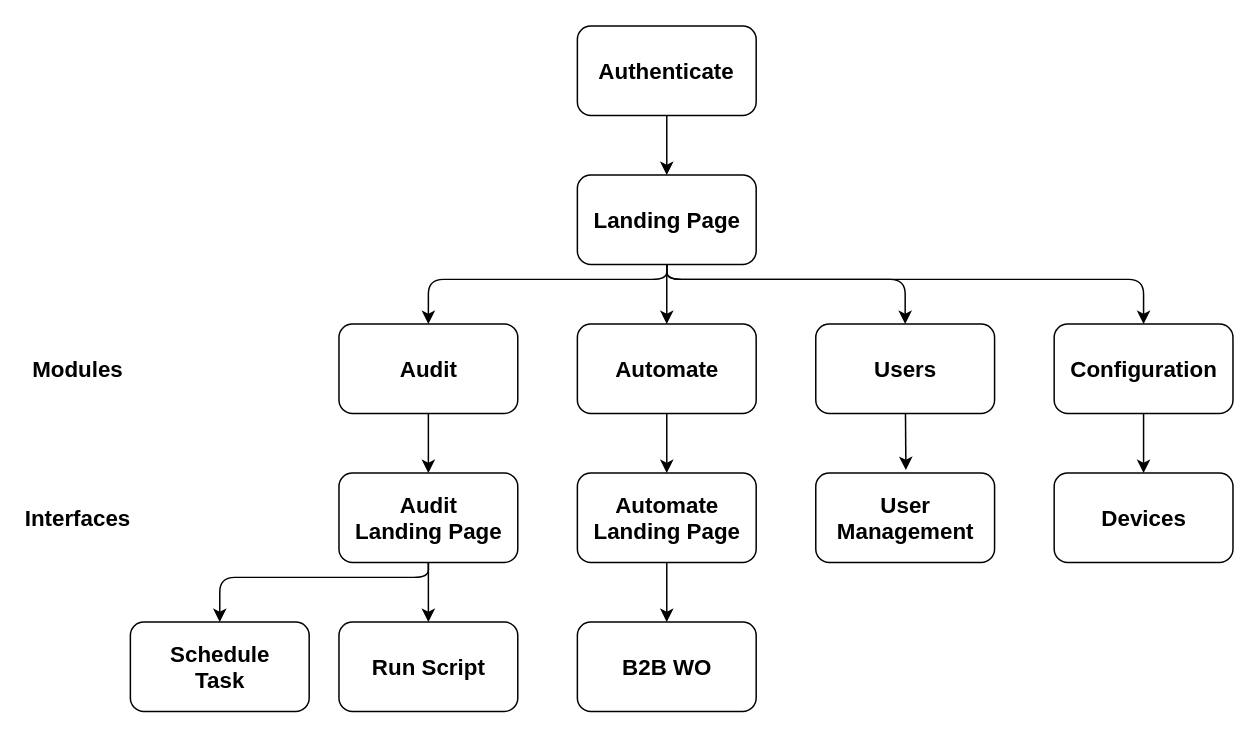
This is diagram_interface.drawio from DrXneaky/Diagram, a draw.io file, before an edit. Source tidied: cells renumbered, new cells numbered last; positions are measured from the earlier drawing's top-left corner, leaving out a move shared by most shapes. Both pictures are drawn from the tidied source at 149%, with x=0, y=0 at pixel (25, 25).
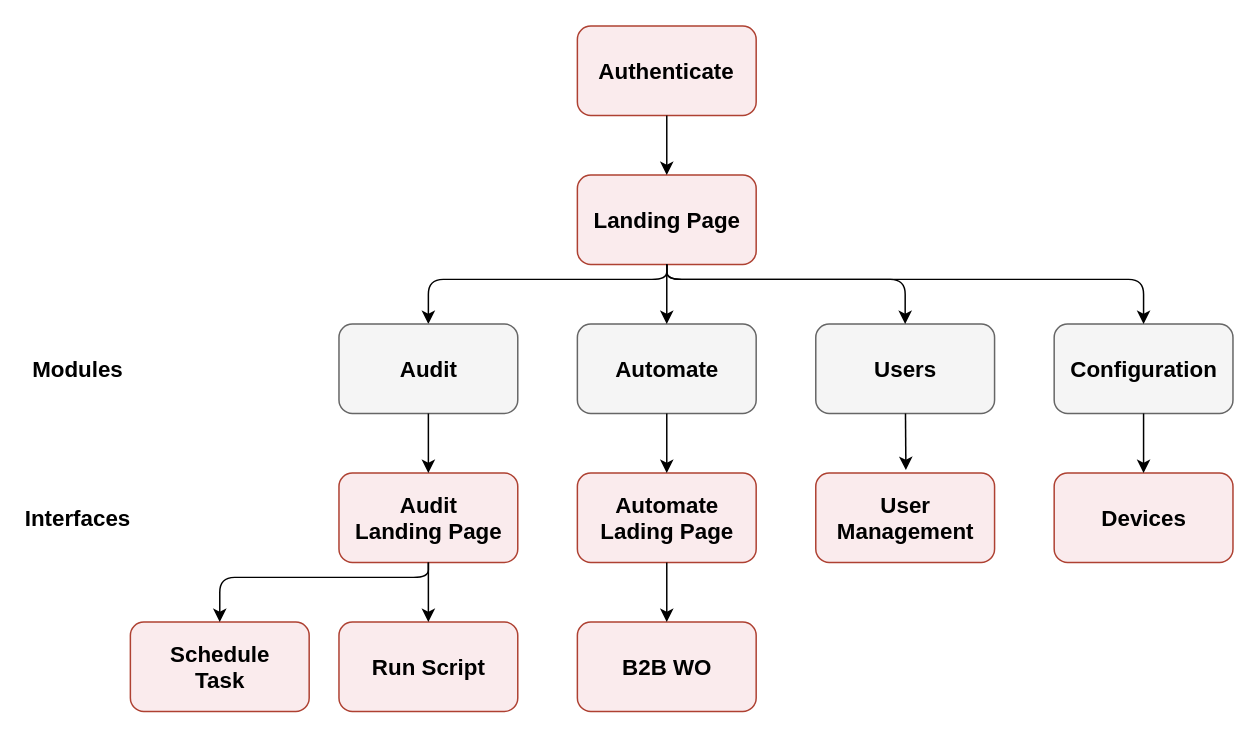
The same page after the edit.

The edit, as a diff of the source:
```diff
@@
-    <mxCell id="2" style="rounded=1;whiteSpace=wrap;html=1;" parent="1" vertex="1">
+    <mxCell id="2" style="rounded=1;whiteSpace=wrap;html=1;strokeColor=#ae4132;fillColor=#FAEBED;" parent="1" vertex="1">
       <mxGeometry x="370" width="120" height="60" as="geometry" />
     </mxCell>
-    <mxCell id="3" style="rounded=1;whiteSpace=wrap;html=1;" parent="1" vertex="1">
+    <mxCell id="3" style="rounded=1;whiteSpace=wrap;html=1;strokeColor=#ae4132;fillColor=#FAEBED;" parent="1" vertex="1">
       <mxGeometry x="370" y="100" width="120" height="60" as="geometry" />
     </mxCell>
-    <mxCell id="4" style="rounded=1;whiteSpace=wrap;html=1;" parent="1" vertex="1">
+    <mxCell id="4" style="rounded=1;whiteSpace=wrap;html=1;strokeColor=#ae4132;fillColor=#FAEBED;" parent="1" vertex="1">
       <mxGeometry x="210" y="300" width="120" height="60" as="geometry" />
     </mxCell>
-    <mxCell id="5" style="rounded=1;whiteSpace=wrap;html=1;" parent="1" vertex="1">
+    <mxCell id="5" style="rounded=1;whiteSpace=wrap;html=1;fillColor=#f5f5f5;strokeColor=#666666;fontColor=#333333;" parent="1" vertex="1">
       <mxGeometry x="370" y="200" width="120" height="60" as="geometry" />
     </mxCell>
-    <mxCell id="6" style="rounded=1;whiteSpace=wrap;html=1;" parent="1" vertex="1">
+    <mxCell id="6" style="rounded=1;whiteSpace=wrap;html=1;fillColor=#f5f5f5;strokeColor=#666666;fontColor=#333333;" parent="1" vertex="1">
       <mxGeometry x="530" y="200" width="120" height="60" as="geometry" />
     </mxCell>
-    <mxCell id="7" style="rounded=1;whiteSpace=wrap;html=1;" parent="1" vertex="1">
+    <mxCell id="7" style="rounded=1;whiteSpace=wrap;html=1;fillColor=#f5f5f5;strokeColor=#666666;fontColor=#333333;" parent="1" vertex="1">
       <mxGeometry x="690" y="200" width="120" height="60" as="geometry" />
     </mxCell>
-    <mxCell id="8" style="rounded=1;whiteSpace=wrap;html=1;" parent="1" vertex="1">
+    <mxCell id="8" style="rounded=1;whiteSpace=wrap;html=1;strokeColor=#ae4132;fillColor=#FAEBED;" parent="1" vertex="1">
       <mxGeometry x="210" y="400" width="120" height="60" as="geometry" />
     </mxCell>
-    <mxCell id="9" style="rounded=1;whiteSpace=wrap;html=1;" parent="1" vertex="1">
+    <mxCell id="9" style="rounded=1;whiteSpace=wrap;html=1;strokeColor=#ae4132;fillColor=#FAEBED;" parent="1" vertex="1">
       <mxGeometry x="370" y="300" width="120" height="60" as="geometry" />
     </mxCell>
-    <mxCell id="10" style="rounded=1;whiteSpace=wrap;html=1;" parent="1" vertex="1">
+    <mxCell id="10" style="rounded=1;whiteSpace=wrap;html=1;strokeColor=#ae4132;fillColor=#FAEBED;" parent="1" vertex="1">
       <mxGeometry x="530" y="300" width="120" height="60" as="geometry" />
     </mxCell>
-    <mxCell id="11" style="rounded=1;whiteSpace=wrap;html=1;" parent="1" vertex="1">
+    <mxCell id="11" style="rounded=1;whiteSpace=wrap;html=1;strokeColor=#ae4132;fillColor=#FAEBED;" parent="1" vertex="1">
       <mxGeometry x="690" y="300" width="120" height="60" as="geometry" />
     </mxCell>
-    <mxCell id="12" style="rounded=1;whiteSpace=wrap;html=1;" parent="1" vertex="1">
+    <mxCell id="12" style="rounded=1;whiteSpace=wrap;html=1;strokeColor=#ae4132;fillColor=#FAEBED;" parent="1" vertex="1">
       <mxGeometry x="70" y="400" width="120" height="60" as="geometry" />
     </mxCell>
@@
-    <mxCell id="32" value="&lt;font face=&quot;Old Standard TT&quot; style=&quot;font-size: 15px&quot;&gt;Automate Landing Page&lt;/font&gt;" style="text;html=1;strokeColor=none;fillColor=none;align=center;verticalAlign=middle;whiteSpace=wrap;rounded=0;fontStyle=1;" parent="1" vertex="1">
+    <mxCell id="32" value="&lt;font face=&quot;Old Standard TT&quot; style=&quot;font-size: 15px&quot;&gt;Automate Lading Page&lt;/font&gt;" style="text;html=1;strokeColor=none;fillColor=none;align=center;verticalAlign=middle;whiteSpace=wrap;rounded=0;fontStyle=1;" parent="1" vertex="1">
       <mxGeometry x="377.5" y="315" width="105" height="30" as="geometry" />
     </mxCell>
@@
-    <mxCell id="35" style="rounded=1;whiteSpace=wrap;html=1;" parent="1" vertex="1">
+    <mxCell id="35" style="rounded=1;whiteSpace=wrap;html=1;fillColor=#f5f5f5;strokeColor=#666666;fontColor=#333333;" parent="1" vertex="1">
       <mxGeometry x="210" y="200" width="120" height="60" as="geometry" />
     </mxCell>
@@
-    <mxCell id="37" style="rounded=1;whiteSpace=wrap;html=1;" parent="1" vertex="1">
+    <mxCell id="37" style="rounded=1;whiteSpace=wrap;html=1;strokeColor=#ae4132;fillColor=#FAEBED;" parent="1" vertex="1">
       <mxGeometry x="370" y="400" width="120" height="60" as="geometry" />
     </mxCell>
```
